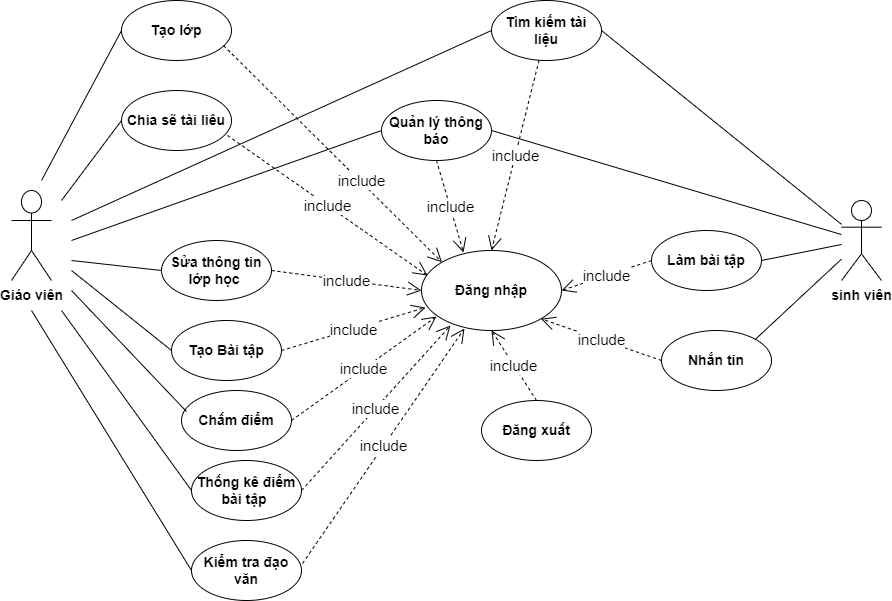
This is Baocao/usecase.drawio (1).png from PTH-IT/DATN, a draw.io export, as it was before one commit. Source tidied: cells renumbered, new cells last; positions are measured from the earlier drawing's top-left corner, leaving out a move shared by most shapes.
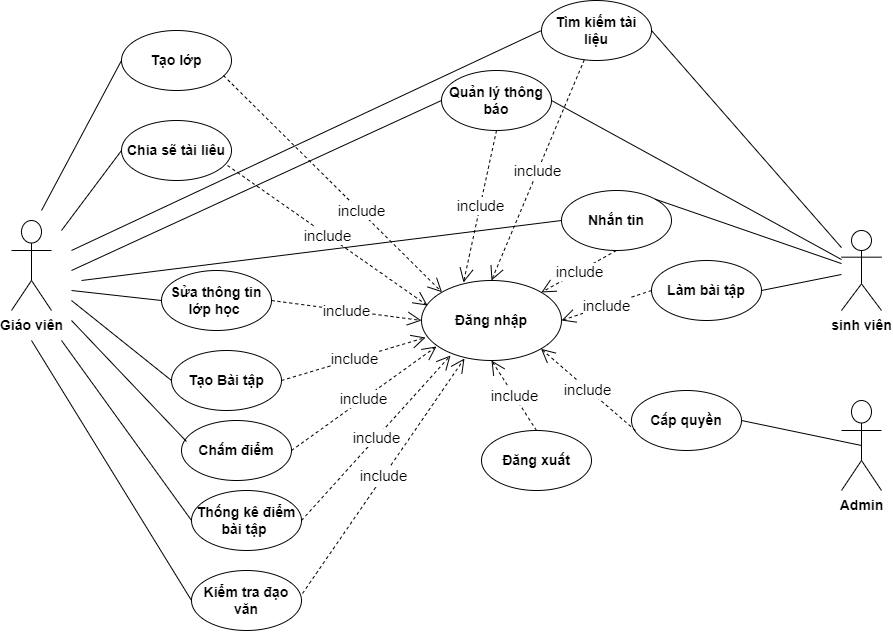
Later version of the same file.

Diff of the diagram source:
```diff
@@ -21,7 +21,7 @@
       <mxGeometry x="110" width="110" height="60" as="geometry" />
     </mxCell>
     <mxCell id="8" value="Quản lý thông báo" style="ellipse;whiteSpace=wrap;html=1;fontStyle=1;fontSize=14;" parent="1" vertex="1">
-      <mxGeometry x="370" y="100" width="110" height="60" as="geometry" />
+      <mxGeometry x="430" y="40" width="110" height="60" as="geometry" />
     </mxCell>
     <mxCell id="9" value="Kiểm tra đạo văn" style="ellipse;whiteSpace=wrap;html=1;fontStyle=1;fontSize=14;" parent="1" vertex="1">
       <mxGeometry x="180" y="540" width="110" height="60" as="geometry" />
@@ -42,10 +42,10 @@
       <mxGeometry x="150" y="240" width="110" height="60" as="geometry" />
     </mxCell>
     <mxCell id="15" value="Nhắn tin" style="ellipse;whiteSpace=wrap;html=1;fontStyle=1;fontSize=14;" parent="1" vertex="1">
-      <mxGeometry x="650" y="330" width="110" height="60" as="geometry" />
+      <mxGeometry x="550" y="160" width="110" height="60" as="geometry" />
     </mxCell>
     <mxCell id="16" value="Tìm kiếm tài liệu" style="ellipse;whiteSpace=wrap;html=1;fontStyle=1;fontSize=14;" parent="1" vertex="1">
-      <mxGeometry x="480" width="110" height="60" as="geometry" />
+      <mxGeometry x="530" y="-30" width="110" height="60" as="geometry" />
     </mxCell>
     <mxCell id="17" value="Chia sẽ tài liêu" style="ellipse;whiteSpace=wrap;html=1;fontStyle=1;fontSize=14;" parent="1" vertex="1">
       <mxGeometry x="110" y="90" width="110" height="60" as="geometry" />
@@ -128,7 +128,7 @@
     <mxCell id="37" style="endArrow=none;html=1;rounded=0;fontSize=15;exitX=1;exitY=0;exitDx=0;exitDy=0;" parent="1" edge="1" source="15" target="3">
       <mxGeometry relative="1" as="geometry" />
     </mxCell>
-    <mxCell id="38" value="&lt;font style=&quot;font-size: 15px;&quot;&gt;include&lt;/font&gt;" style="endArrow=open;endSize=12;dashed=1;html=1;rounded=0;fontSize=14;exitX=0;exitY=0.5;exitDx=0;exitDy=0;entryX=1;entryY=1;entryDx=0;entryDy=0;" parent="1" edge="1" source="15" target="4">
+    <mxCell id="38" value="&lt;font style=&quot;font-size: 15px;&quot;&gt;include&lt;/font&gt;" style="endArrow=open;endSize=12;dashed=1;html=1;rounded=0;fontSize=14;exitX=0.5;exitY=1;exitDx=0;exitDy=0;" parent="1" edge="1" source="15" target="4">
       <mxGeometry relative="1" as="geometry" />
     </mxCell>
     <mxCell id="39" value="&lt;font style=&quot;font-size: 15px;&quot;&gt;include&lt;/font&gt;" style="endArrow=open;endSize=12;dashed=1;html=1;rounded=0;fontSize=14;exitX=0;exitY=0.5;exitDx=0;exitDy=0;entryX=1;entryY=0.5;entryDx=0;entryDy=0;" parent="1" edge="1" source="11" target="4">
@@ -140,5 +140,22 @@
     <mxCell id="41" value="&lt;font style=&quot;font-size: 15px;&quot;&gt;include&lt;/font&gt;" style="endArrow=open;endSize=12;dashed=1;html=1;rounded=0;fontSize=14;entryX=0.3;entryY=0.025;entryDx=0;entryDy=0;exitX=0.5;exitY=1;exitDx=0;exitDy=0;entryPerimeter=0;" parent="1" edge="1" source="8" target="4">
       <mxGeometry relative="1" as="geometry" />
     </mxCell>
+    <mxCell id="42" value="Admin" style="shape=umlActor;verticalLabelPosition=bottom;verticalAlign=top;html=1;outlineConnect=0;fontStyle=1;fontSize=14;" parent="1" vertex="1">
+      <mxGeometry x="830" y="370" width="40" height="90" as="geometry" />
+    </mxCell>
+    <mxCell id="43" style="endArrow=none;html=1;rounded=0;fontSize=15;entryX=0;entryY=0.5;entryDx=0;entryDy=0;" parent="1" edge="1" target="15">
+      <mxGeometry relative="1" as="geometry">
+        <mxPoint x="70" y="250" as="sourcePoint" />
+      </mxGeometry>
+    </mxCell>
+    <mxCell id="44" value="Cấp quyền" style="ellipse;whiteSpace=wrap;html=1;fontStyle=1;fontSize=14;" parent="1" vertex="1">
+      <mxGeometry x="620" y="360" width="110" height="60" as="geometry" />
+    </mxCell>
+    <mxCell id="45" value="&lt;font style=&quot;font-size: 15px;&quot;&gt;include&lt;/font&gt;" style="endArrow=open;endSize=12;dashed=1;html=1;rounded=0;fontSize=14;exitX=0.036;exitY=0.667;exitDx=0;exitDy=0;entryX=1;entryY=1;entryDx=0;entryDy=0;exitPerimeter=0;" parent="1" edge="1" source="44" target="4">
+      <mxGeometry relative="1" as="geometry" />
+    </mxCell>
+    <mxCell id="46" style="endArrow=none;html=1;rounded=0;fontSize=15;exitX=1;exitY=0.5;exitDx=0;exitDy=0;entryX=0.5;entryY=0.5;entryDx=0;entryDy=0;entryPerimeter=0;" parent="1" edge="1" source="44" target="42">
+      <mxGeometry relative="1" as="geometry" />
+    </mxCell>
   </root>
 </mxGraphModel>
```
